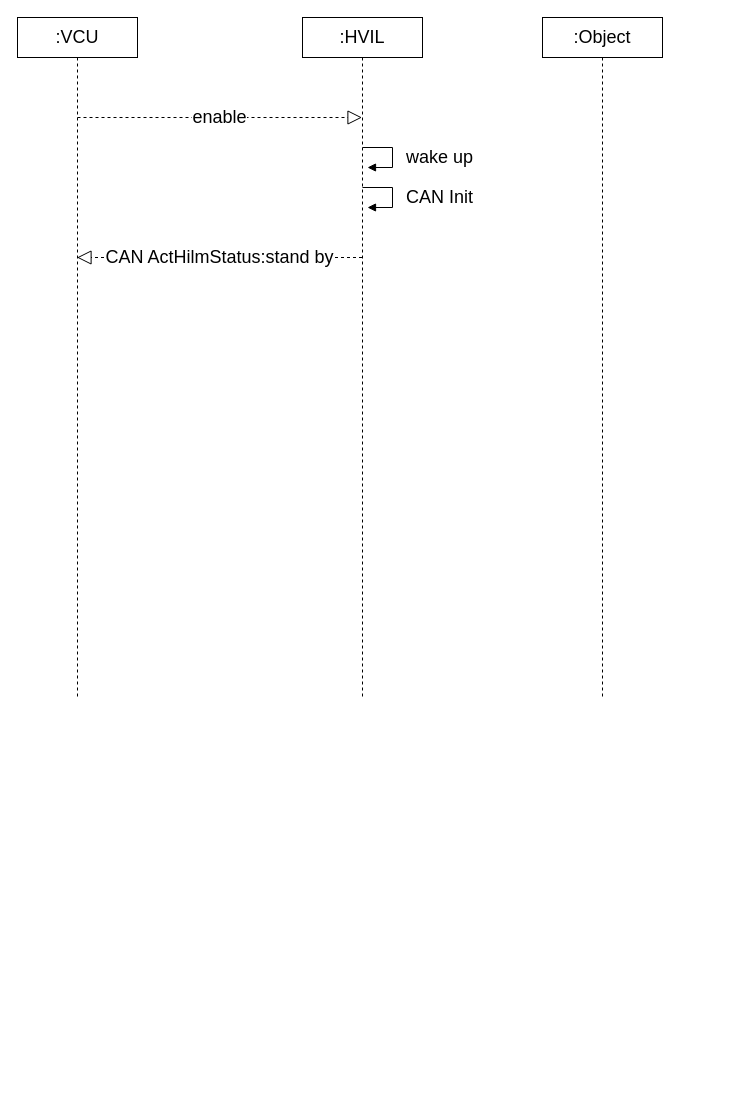
Before: page "Page-1" (1 of 2) of HVIL.drawio in HikerPan/canwifi, a draw.io diagram. Source tidied: cells renumbered, new cells numbered last; positions are measured from the earlier drawing's top-left corner, leaving out a move shared by most shapes. Both pictures are drawn from the tidied source at 100%, with x=0, y=0 at pixel (17, 17).
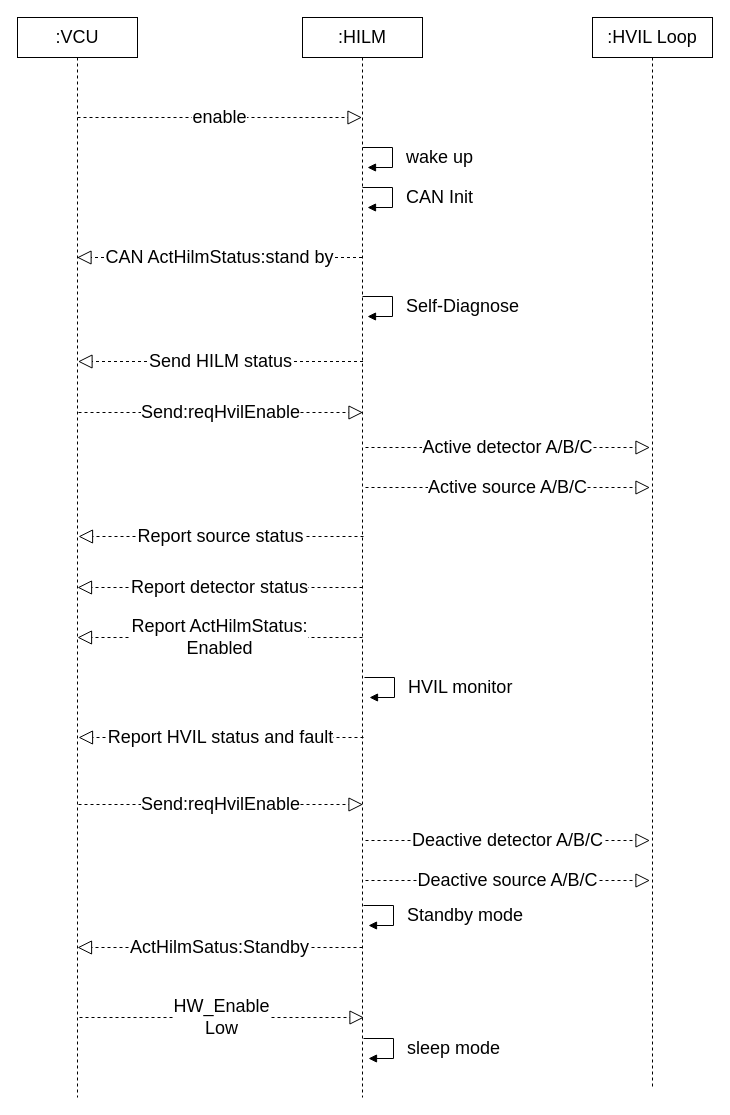
After the change.

Change to the diagram source:
```diff
@@
     <mxCell id="2" value=":VCU" style="shape=umlLifeline;perimeter=lifelinePerimeter;whiteSpace=wrap;html=1;outlineConnect=0;fontSize=18;" parent="1" vertex="1">
-      <mxGeometry width="120" height="680" as="geometry" />
+      <mxGeometry width="120" height="1080" as="geometry" />
     </mxCell>
@@
-    <mxCell id="4" value=":HVIL" style="shape=umlLifeline;perimeter=lifelinePerimeter;whiteSpace=wrap;html=1;outlineConnect=0;fontSize=18;" parent="1" vertex="1">
-      <mxGeometry x="285" width="120" height="680" as="geometry" />
+    <mxCell id="4" value=":HILM" style="shape=umlLifeline;perimeter=lifelinePerimeter;whiteSpace=wrap;html=1;outlineConnect=0;fontSize=18;" parent="1" vertex="1">
+      <mxGeometry x="285" width="120" height="1080" as="geometry" />
     </mxCell>
@@
+    <mxCell id="9" value="Active detector A/B/C" style="endArrow=block;dashed=1;endFill=0;endSize=12;html=1;rounded=0;fontSize=18;" parent="4" edge="1">
+      <mxGeometry relative="1" as="geometry">
+        <mxPoint x="63" y="430" as="sourcePoint" />
+        <mxPoint x="347.5" y="430" as="targetPoint" />
+      </mxGeometry>
+    </mxCell>
+    <mxCell id="10" value="Report source status" style="endArrow=block;dashed=1;endFill=0;endSize=12;html=1;rounded=0;fontSize=18;" parent="4" edge="1">
+      <mxGeometry relative="1" as="geometry">
+        <mxPoint x="61" y="519" as="sourcePoint" />
+        <mxPoint x="-224" y="519" as="targetPoint" />
+        <Array as="points">
+          <mxPoint x="-58.5" y="519" />
+        </Array>
+      </mxGeometry>
+    </mxCell>
+    <mxCell id="11" value="Active source A/B/C" style="endArrow=block;dashed=1;endFill=0;endSize=12;html=1;rounded=0;fontSize=18;" parent="4" edge="1">
+      <mxGeometry relative="1" as="geometry">
+        <mxPoint x="63" y="470" as="sourcePoint" />
+        <mxPoint x="347.5" y="470" as="targetPoint" />
+      </mxGeometry>
+    </mxCell>
+    <mxCell id="12" value="Report detector status" style="endArrow=block;dashed=1;endFill=0;endSize=12;html=1;rounded=0;fontSize=18;" parent="4" edge="1">
+      <mxGeometry relative="1" as="geometry">
+        <mxPoint x="60" y="570" as="sourcePoint" />
+        <mxPoint x="-225" y="570" as="targetPoint" />
+        <Array as="points">
+          <mxPoint x="-59.5" y="570" />
+        </Array>
+      </mxGeometry>
+    </mxCell>
+    <mxCell id="13" value="Report ActHilmStatus:&lt;br&gt;Enabled" style="endArrow=block;dashed=1;endFill=0;endSize=12;html=1;rounded=0;fontSize=18;" parent="4" edge="1">
+      <mxGeometry relative="1" as="geometry">
+        <mxPoint x="60" y="620" as="sourcePoint" />
+        <mxPoint x="-225" y="620" as="targetPoint" />
+        <Array as="points">
+          <mxPoint x="-59.5" y="620" />
+        </Array>
+      </mxGeometry>
+    </mxCell>
-    <mxCell id="7" value=":Object" style="shape=umlLifeline;perimeter=lifelinePerimeter;whiteSpace=wrap;html=1;fontSize=18;" parent="1" vertex="1">
-      <mxGeometry x="525" width="120" height="680" as="geometry" />
+    <mxCell id="7" value=":HVIL Loop" style="shape=umlLifeline;perimeter=lifelinePerimeter;whiteSpace=wrap;html=1;fontSize=18;" parent="1" vertex="1">
+      <mxGeometry x="575" width="120" height="1070" as="geometry" />
     </mxCell>
@@
+    <mxCell id="14" value="Self-Diagnose" style="edgeStyle=orthogonalEdgeStyle;html=1;align=left;spacingLeft=2;endArrow=block;rounded=0;entryX=1;entryY=0;fontSize=18;" parent="1" edge="1">
+      <mxGeometry x="0.07" y="10" relative="1" as="geometry">
+        <mxPoint x="345" y="279" as="sourcePoint" />
+        <mxPoint x="350" y="299" as="targetPoint" />
+        <Array as="points">
+          <mxPoint x="375" y="279" />
+        </Array>
+      </mxGeometry>
+    </mxCell>
+    <mxCell id="15" value="Send HILM status" style="endArrow=block;dashed=1;endFill=0;endSize=12;html=1;rounded=0;fontSize=18;" parent="1" edge="1">
+      <mxGeometry relative="1" as="geometry">
+        <mxPoint x="345.5" y="344" as="sourcePoint" />
+        <mxPoint x="60.5" y="344" as="targetPoint" />
+        <Array as="points">
+          <mxPoint x="226" y="344" />
+        </Array>
+      </mxGeometry>
+    </mxCell>
+    <mxCell id="16" value="Send:reqHvilEnable" style="endArrow=block;dashed=1;endFill=0;endSize=12;html=1;rounded=0;fontSize=18;" parent="1" edge="1">
+      <mxGeometry relative="1" as="geometry">
+        <mxPoint x="61" y="395" as="sourcePoint" />
+        <mxPoint x="345.5" y="395" as="targetPoint" />
+      </mxGeometry>
+    </mxCell>
+    <mxCell id="17" value="HVIL monitor" style="edgeStyle=orthogonalEdgeStyle;html=1;align=left;spacingLeft=2;endArrow=block;rounded=0;entryX=1;entryY=0;fontSize=18;" parent="1" edge="1">
+      <mxGeometry x="0.07" y="10" relative="1" as="geometry">
+        <mxPoint x="347" y="660" as="sourcePoint" />
+        <mxPoint x="352" y="680" as="targetPoint" />
+        <Array as="points">
+          <mxPoint x="377" y="660" />
+        </Array>
+      </mxGeometry>
+    </mxCell>
+    <mxCell id="18" value="Report HVIL status and fault" style="endArrow=block;dashed=1;endFill=0;endSize=12;html=1;rounded=0;fontSize=18;" parent="1" edge="1">
+      <mxGeometry relative="1" as="geometry">
+        <mxPoint x="346" y="720" as="sourcePoint" />
+        <mxPoint x="61" y="720" as="targetPoint" />
+        <Array as="points">
+          <mxPoint x="226.5" y="720" />
+        </Array>
+      </mxGeometry>
+    </mxCell>
+    <mxCell id="19" value="Send:reqHvilEnable" style="endArrow=block;dashed=1;endFill=0;endSize=12;html=1;rounded=0;fontSize=18;" parent="1" edge="1">
+      <mxGeometry relative="1" as="geometry">
+        <mxPoint x="61" y="787" as="sourcePoint" />
+        <mxPoint x="345.5" y="787" as="targetPoint" />
+      </mxGeometry>
+    </mxCell>
+    <mxCell id="20" value="Deactive detector A/B/C" style="endArrow=block;dashed=1;endFill=0;endSize=12;html=1;rounded=0;fontSize=18;" parent="1" edge="1">
+      <mxGeometry relative="1" as="geometry">
+        <mxPoint x="348" y="823" as="sourcePoint" />
+        <mxPoint x="632.5" y="823" as="targetPoint" />
+      </mxGeometry>
+    </mxCell>
+    <mxCell id="21" value="Deactive source A/B/C" style="endArrow=block;dashed=1;endFill=0;endSize=12;html=1;rounded=0;fontSize=18;" parent="1" edge="1">
+      <mxGeometry relative="1" as="geometry">
+        <mxPoint x="348" y="863" as="sourcePoint" />
+        <mxPoint x="632.5" y="863" as="targetPoint" />
+      </mxGeometry>
+    </mxCell>
+    <mxCell id="22" value="Standby mode" style="edgeStyle=orthogonalEdgeStyle;html=1;align=left;spacingLeft=2;endArrow=block;rounded=0;entryX=1;entryY=0;fontSize=18;" parent="1" edge="1">
+      <mxGeometry x="0.07" y="10" relative="1" as="geometry">
+        <mxPoint x="346" y="888" as="sourcePoint" />
+        <mxPoint x="351" y="908" as="targetPoint" />
+        <Array as="points">
+          <mxPoint x="376" y="888" />
+        </Array>
+      </mxGeometry>
+    </mxCell>
+    <mxCell id="23" value="ActHilmSatus:Standby" style="endArrow=block;dashed=1;endFill=0;endSize=12;html=1;rounded=0;fontSize=18;" parent="1" edge="1">
+      <mxGeometry relative="1" as="geometry">
+        <mxPoint x="345" y="930" as="sourcePoint" />
+        <mxPoint x="60" y="930" as="targetPoint" />
+        <Array as="points">
+          <mxPoint x="225.5" y="930" />
+        </Array>
+      </mxGeometry>
+    </mxCell>
+    <mxCell id="24" value="HW_Enable&lt;br&gt;Low" style="endArrow=block;dashed=1;endFill=0;endSize=12;html=1;rounded=0;fontSize=18;" parent="1" edge="1">
+      <mxGeometry relative="1" as="geometry">
+        <mxPoint x="62" y="1000" as="sourcePoint" />
+        <mxPoint x="346.5" y="1000" as="targetPoint" />
+      </mxGeometry>
+    </mxCell>
+    <mxCell id="25" value="sleep mode" style="edgeStyle=orthogonalEdgeStyle;html=1;align=left;spacingLeft=2;endArrow=block;rounded=0;entryX=1;entryY=0;fontSize=18;" parent="1" edge="1">
+      <mxGeometry x="0.07" y="10" relative="1" as="geometry">
+        <mxPoint x="346" y="1021" as="sourcePoint" />
+        <mxPoint x="351" y="1041" as="targetPoint" />
+        <Array as="points">
+          <mxPoint x="376" y="1021" />
+        </Array>
+      </mxGeometry>
+    </mxCell>
```
